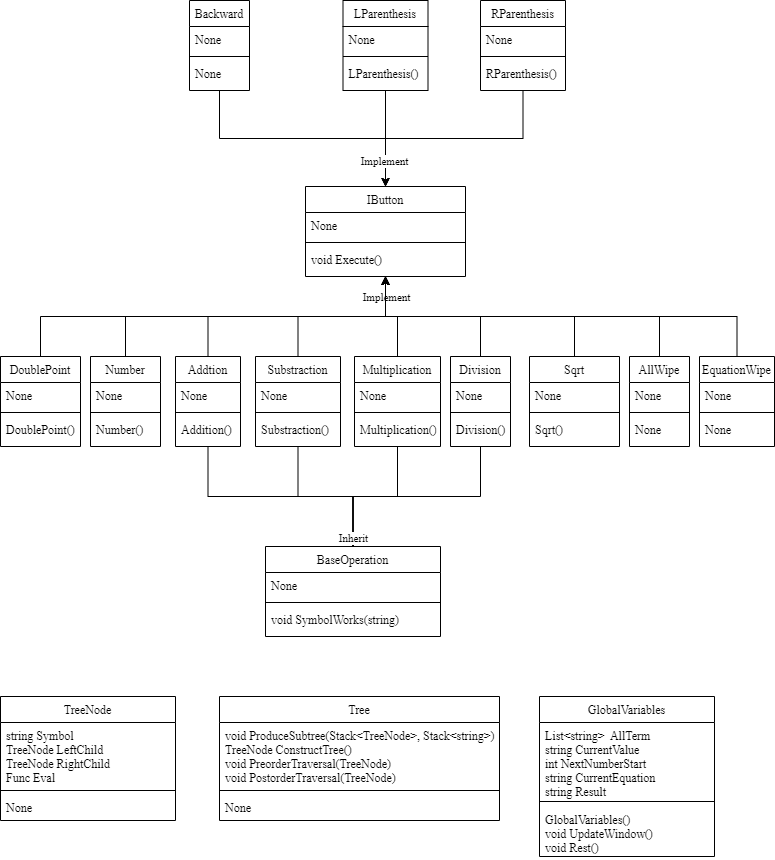
Above: image/ClassDiagram.png in CurlyTeddy/Calculator (draw.io), before the change. Source tidied: cells renumbered, new cells last; positions are measured from the earlier drawing's top-left corner, leaving out a move shared by most shapes.
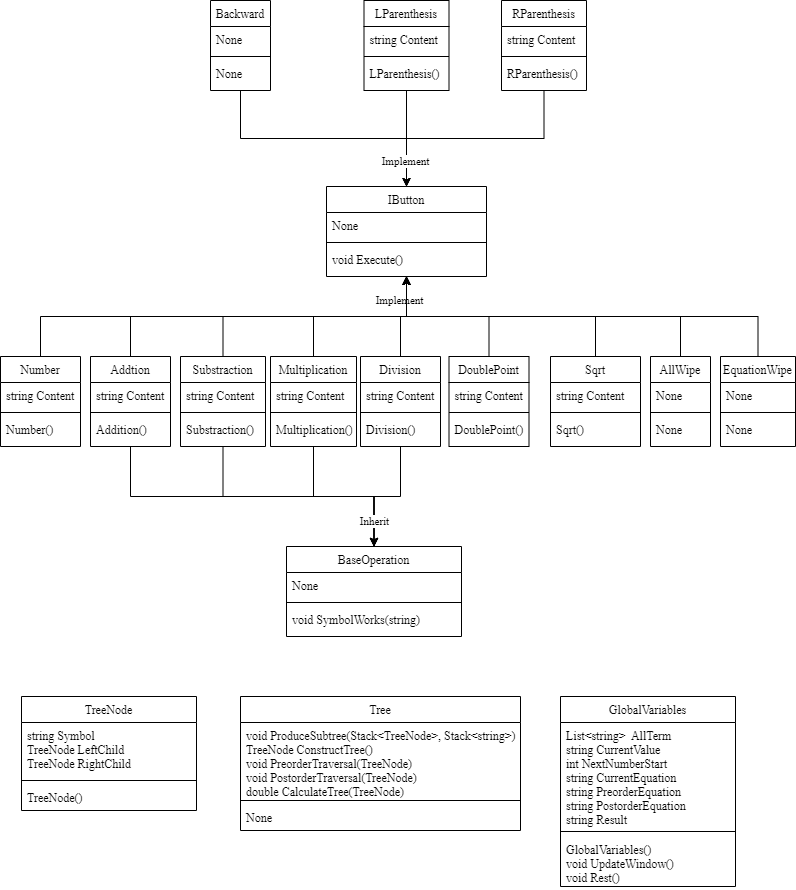
The same file after the commit.

Diff of the diagram source:
```diff
@@ -18,16 +18,16 @@
       <mxGeometry relative="1" as="geometry" />
     </mxCell>
     <mxCell id="7" value="Number" style="swimlane;fontStyle=0;align=center;verticalAlign=top;horizontal=1;startSize=26;rounded=0;shadow=0;strokeWidth=1;fontFamily=Times New Roman;" parent="1" vertex="1">
-      <mxGeometry x="90" y="356" width="70" height="90" as="geometry" />
+      <mxGeometry x="-21" y="356" width="80" height="90" as="geometry" />
     </mxCell>
-    <mxCell id="8" value="None" style="text;align=left;verticalAlign=top;spacingLeft=4;spacingRight=4;overflow=hidden;fontFamily=Times New Roman;" parent="7" vertex="1">
-      <mxGeometry y="26" width="70" height="26" as="geometry" />
+    <mxCell id="8" value="string Content" style="text;align=left;verticalAlign=top;spacingLeft=4;spacingRight=4;overflow=hidden;fontFamily=Times New Roman;" parent="7" vertex="1">
+      <mxGeometry y="26" width="80" height="26" as="geometry" />
     </mxCell>
     <mxCell id="9" style="line;html=1;strokeWidth=1;align=left;verticalAlign=middle;spacingTop=-1;spacingLeft=3;spacingRight=3;labelPosition=right;" parent="7" vertex="1">
-      <mxGeometry y="52" width="70" height="8" as="geometry" />
+      <mxGeometry y="52" width="80" height="8" as="geometry" />
     </mxCell>
     <mxCell id="10" value="Number()" style="text;align=left;verticalAlign=top;spacingLeft=4;spacingRight=4;overflow=hidden;fontFamily=Times New Roman;" parent="7" vertex="1">
-      <mxGeometry y="60" width="70" height="26" as="geometry" />
+      <mxGeometry y="60" width="80" height="26" as="geometry" />
     </mxCell>
     <mxCell id="11" style="edgeStyle=orthogonalEdgeStyle;rounded=0;jettySize=auto;html=1;exitX=0.5;exitY=0;exitDx=0;exitDy=0;entryX=0.5;entryY=1;entryDx=0;entryDy=0;fontFamily=Times New Roman;" parent="1" edge="1" source="13" target="2">
       <mxGeometry relative="1" as="geometry" />
@@ -36,16 +36,16 @@
       <mxGeometry relative="1" as="geometry" />
     </mxCell>
     <mxCell id="13" value="Addtion" style="swimlane;fontStyle=0;align=center;verticalAlign=top;horizontal=1;startSize=26;rounded=0;shadow=0;strokeWidth=1;fontFamily=Times New Roman;" parent="1" vertex="1">
-      <mxGeometry x="175" y="356" width="65" height="90" as="geometry" />
+      <mxGeometry x="69" y="356" width="80" height="90" as="geometry" />
     </mxCell>
-    <mxCell id="14" value="None" style="text;align=left;verticalAlign=top;spacingLeft=4;spacingRight=4;overflow=hidden;fontFamily=Times New Roman;" parent="13" vertex="1">
-      <mxGeometry y="26" width="65" height="26" as="geometry" />
+    <mxCell id="14" value="string Content" style="text;align=left;verticalAlign=top;spacingLeft=4;spacingRight=4;overflow=hidden;fontFamily=Times New Roman;" parent="13" vertex="1">
+      <mxGeometry y="26" width="80" height="26" as="geometry" />
     </mxCell>
     <mxCell id="15" style="line;html=1;strokeWidth=1;align=left;verticalAlign=middle;spacingTop=-1;spacingLeft=3;spacingRight=3;labelPosition=right;" parent="13" vertex="1">
-      <mxGeometry y="52" width="65" height="8" as="geometry" />
+      <mxGeometry y="52" width="80" height="8" as="geometry" />
     </mxCell>
     <mxCell id="16" value="Addition()" style="text;align=left;verticalAlign=top;spacingLeft=4;spacingRight=4;overflow=hidden;fontFamily=Times New Roman;" parent="13" vertex="1">
-      <mxGeometry y="60" width="65" height="26" as="geometry" />
+      <mxGeometry y="60" width="80" height="26" as="geometry" />
     </mxCell>
     <mxCell id="17" style="edgeStyle=orthogonalEdgeStyle;rounded=0;jettySize=auto;html=1;exitX=0.5;exitY=0;exitDx=0;exitDy=0;fontFamily=Times New Roman;entryX=0.5;entryY=1;entryDx=0;entryDy=0;" parent="1" edge="1" source="19" target="2">
       <mxGeometry relative="1" as="geometry" />
@@ -54,9 +54,9 @@
       <mxGeometry relative="1" as="geometry" />
     </mxCell>
     <mxCell id="19" value="Substraction" style="swimlane;fontStyle=0;align=center;verticalAlign=top;horizontal=1;startSize=26;rounded=0;shadow=0;strokeWidth=1;fontFamily=Times New Roman;" parent="1" vertex="1">
-      <mxGeometry x="255" y="356" width="85" height="90" as="geometry" />
+      <mxGeometry x="159" y="356" width="85" height="90" as="geometry" />
     </mxCell>
-    <mxCell id="20" value="None" style="text;align=left;verticalAlign=top;spacingLeft=4;spacingRight=4;overflow=hidden;fontFamily=Times New Roman;" parent="19" vertex="1">
+    <mxCell id="20" value="string Content" style="text;align=left;verticalAlign=top;spacingLeft=4;spacingRight=4;overflow=hidden;fontFamily=Times New Roman;" parent="19" vertex="1">
       <mxGeometry y="26" width="85" height="26" as="geometry" />
     </mxCell>
     <mxCell id="21" style="line;html=1;strokeWidth=1;align=left;verticalAlign=middle;spacingTop=-1;spacingLeft=3;spacingRight=3;labelPosition=right;" parent="19" vertex="1">
@@ -72,9 +72,9 @@
       <mxGeometry relative="1" as="geometry" />
     </mxCell>
     <mxCell id="25" value="Multiplication" style="swimlane;fontStyle=0;align=center;verticalAlign=top;horizontal=1;startSize=26;rounded=0;shadow=0;strokeWidth=1;fontFamily=Times New Roman;" parent="1" vertex="1">
-      <mxGeometry x="354" y="356" width="86" height="90" as="geometry" />
+      <mxGeometry x="249" y="356" width="86" height="90" as="geometry" />
     </mxCell>
-    <mxCell id="26" value="None" style="text;align=left;verticalAlign=top;spacingLeft=4;spacingRight=4;overflow=hidden;fontFamily=Times New Roman;" parent="25" vertex="1">
+    <mxCell id="26" value="string Content" style="text;align=left;verticalAlign=top;spacingLeft=4;spacingRight=4;overflow=hidden;fontFamily=Times New Roman;" parent="25" vertex="1">
       <mxGeometry y="26" width="86" height="26" as="geometry" />
     </mxCell>
     <mxCell id="27" style="line;html=1;strokeWidth=1;align=left;verticalAlign=middle;spacingTop=-1;spacingLeft=3;spacingRight=3;labelPosition=right;" parent="25" vertex="1">
@@ -88,7 +88,7 @@
     </mxCell>
     <mxCell id="30" value="Implement" style="edgeLabel;html=1;align=center;verticalAlign=middle;fontFamily=Times New Roman;" parent="29" vertex="1">
       <mxGeometry x="-0.77" y="2" relative="1" as="geometry">
-        <mxPoint x="-93" y="-40" as="offset" />
+        <mxPoint y="-47" as="offset" />
       </mxGeometry>
     </mxCell>
     <mxCell id="31" style="edgeStyle=orthogonalEdgeStyle;rounded=0;jettySize=auto;html=1;exitX=0.5;exitY=1;exitDx=0;exitDy=0;fontFamily=Times New Roman;" parent="1" edge="1" source="33" target="47">
@@ -96,28 +96,16 @@
     </mxCell>
     <mxCell id="32" value="Inherit" style="edgeLabel;html=1;align=center;verticalAlign=middle;fontFamily=Times New Roman;" parent="31" vertex="1">
       <mxGeometry x="0.87" y="1" relative="1" as="geometry">
-        <mxPoint x="-1" y="7" as="offset" />
+        <mxPoint x="-1" y="-17" as="offset" />
       </mxGeometry>
     </mxCell>
-    <mxCell id="33" value="Division" style="swimlane;fontStyle=0;align=center;verticalAlign=top;horizontal=1;startSize=26;rounded=0;shadow=0;strokeWidth=1;fontFamily=Times New Roman;" parent="1" vertex="1">
-      <mxGeometry x="450" y="356" width="60" height="90" as="geometry" />
-    </mxCell>
-    <mxCell id="34" value="None" style="text;align=left;verticalAlign=top;spacingLeft=4;spacingRight=4;overflow=hidden;fontFamily=Times New Roman;" parent="33" vertex="1">
-      <mxGeometry y="26" width="60" height="26" as="geometry" />
-    </mxCell>
-    <mxCell id="35" style="line;html=1;strokeWidth=1;align=left;verticalAlign=middle;spacingTop=-1;spacingLeft=3;spacingRight=3;labelPosition=right;" parent="33" vertex="1">
-      <mxGeometry y="52" width="60" height="8" as="geometry" />
-    </mxCell>
-    <mxCell id="36" value="Division()" style="text;align=left;verticalAlign=top;spacingLeft=4;spacingRight=4;overflow=hidden;fontFamily=Times New Roman;" parent="33" vertex="1">
-      <mxGeometry y="60" width="60" height="26" as="geometry" />
-    </mxCell>
     <mxCell id="37" style="edgeStyle=orthogonalEdgeStyle;rounded=0;jettySize=auto;html=1;exitX=0.5;exitY=0;exitDx=0;exitDy=0;entryX=0.5;entryY=1;entryDx=0;entryDy=0;fontFamily=Times New Roman;" parent="1" edge="1" source="38" target="2">
       <mxGeometry relative="1" as="geometry" />
     </mxCell>
     <mxCell id="38" value="Sqrt" style="swimlane;fontStyle=0;align=center;verticalAlign=top;horizontal=1;startSize=26;rounded=0;shadow=0;strokeWidth=1;fontFamily=Times New Roman;" parent="1" vertex="1">
       <mxGeometry x="529" y="356" width="90" height="90" as="geometry" />
     </mxCell>
-    <mxCell id="39" value="None" style="text;align=left;verticalAlign=top;spacingLeft=4;spacingRight=4;overflow=hidden;fontFamily=Times New Roman;" parent="38" vertex="1">
+    <mxCell id="39" value="string Content" style="text;align=left;verticalAlign=top;spacingLeft=4;spacingRight=4;overflow=hidden;fontFamily=Times New Roman;" parent="38" vertex="1">
       <mxGeometry y="26" width="90" height="26" as="geometry" />
     </mxCell>
     <mxCell id="40" style="line;html=1;strokeWidth=1;align=left;verticalAlign=middle;spacingTop=-1;spacingLeft=3;spacingRight=3;labelPosition=right;" parent="38" vertex="1">
@@ -126,13 +114,16 @@
     <mxCell id="41" value="Sqrt()" style="text;align=left;verticalAlign=top;spacingLeft=4;spacingRight=4;overflow=hidden;fontFamily=Times New Roman;" parent="38" vertex="1">
       <mxGeometry y="60" width="90" height="26" as="geometry" />
     </mxCell>
-    <mxCell id="42" style="edgeStyle=orthogonalEdgeStyle;rounded=0;jettySize=auto;html=1;exitX=0.5;exitY=0;exitDx=0;exitDy=0;entryX=0.5;entryY=1;entryDx=0;entryDy=0;fontFamily=Times New Roman;" parent="1" edge="1" source="43" target="2">
+    <mxCell id="42" style="edgeStyle=orthogonalEdgeStyle;rounded=0;jettySize=auto;html=1;exitX=0.5;exitY=0;exitDx=0;exitDy=0;entryX=0.5;entryY=1;entryDx=0;entryDy=0;fontFamily=Times New Roman;startArrow=none;" parent="1" edge="1" source="33" target="2">
       <mxGeometry relative="1" as="geometry" />
     </mxCell>
+    <mxCell id="89" style="edgeStyle=orthogonalEdgeStyle;rounded=0;jettySize=auto;html=1;exitX=0.5;exitY=0;exitDx=0;exitDy=0;entryX=0.5;entryY=1;entryDx=0;entryDy=0;" parent="1" edge="1" source="43" target="2">
+      <mxGeometry relative="1" as="geometry" />
+    </mxCell>
     <mxCell id="43" value="DoublePoint" style="swimlane;fontStyle=0;align=center;verticalAlign=top;horizontal=1;startSize=26;rounded=0;shadow=0;strokeWidth=1;fontFamily=Times New Roman;" parent="1" vertex="1">
-      <mxGeometry y="356" width="80" height="90" as="geometry" />
+      <mxGeometry x="427.5" y="356" width="80" height="90" as="geometry" />
     </mxCell>
-    <mxCell id="44" value="None" style="text;align=left;verticalAlign=top;spacingLeft=4;spacingRight=4;overflow=hidden;fontFamily=Times New Roman;" parent="43" vertex="1">
+    <mxCell id="44" value="string Content" style="text;align=left;verticalAlign=top;spacingLeft=4;spacingRight=4;overflow=hidden;fontFamily=Times New Roman;" parent="43" vertex="1">
       <mxGeometry y="26" width="80" height="26" as="geometry" />
     </mxCell>
     <mxCell id="45" style="line;html=1;strokeWidth=1;align=left;verticalAlign=middle;spacingTop=-1;spacingLeft=3;spacingRight=3;labelPosition=right;" parent="43" vertex="1">
@@ -154,28 +145,28 @@
       <mxGeometry y="60" width="175" height="26" as="geometry" />
     </mxCell>
     <mxCell id="51" value="TreeNode" style="swimlane;fontStyle=0;align=center;verticalAlign=top;horizontal=1;startSize=26;rounded=0;shadow=0;strokeWidth=1;fontFamily=Times New Roman;" parent="1" vertex="1">
-      <mxGeometry y="696" width="175" height="124" as="geometry" />
+      <mxGeometry y="696" width="175" height="114" as="geometry" />
     </mxCell>
-    <mxCell id="52" value="string Symbol&#10;TreeNode LeftChild&#10;TreeNode RightChild&#10;Func Eval" style="text;align=left;verticalAlign=top;spacingLeft=4;spacingRight=4;overflow=hidden;fontFamily=Times New Roman;" parent="51" vertex="1">
-      <mxGeometry y="26" width="175" height="64" as="geometry" />
+    <mxCell id="52" value="string Symbol&#10;TreeNode LeftChild&#10;TreeNode RightChild" style="text;align=left;verticalAlign=top;spacingLeft=4;spacingRight=4;overflow=hidden;fontFamily=Times New Roman;" parent="51" vertex="1">
+      <mxGeometry y="26" width="175" height="54" as="geometry" />
     </mxCell>
     <mxCell id="53" style="line;html=1;strokeWidth=1;align=left;verticalAlign=middle;spacingTop=-1;spacingLeft=3;spacingRight=3;labelPosition=right;" parent="51" vertex="1">
-      <mxGeometry y="90" width="175" height="8" as="geometry" />
+      <mxGeometry y="80" width="175" height="8" as="geometry" />
     </mxCell>
-    <mxCell id="54" value="None" style="text;align=left;verticalAlign=top;spacingLeft=4;spacingRight=4;overflow=hidden;fontFamily=Times New Roman;" parent="51" vertex="1">
-      <mxGeometry y="98" width="175" height="26" as="geometry" />
+    <mxCell id="54" value="TreeNode()" style="text;align=left;verticalAlign=top;spacingLeft=4;spacingRight=4;overflow=hidden;fontFamily=Times New Roman;" parent="51" vertex="1">
+      <mxGeometry y="88" width="175" height="26" as="geometry" />
     </mxCell>
     <mxCell id="55" value="GlobalVariables" style="swimlane;fontStyle=0;align=center;verticalAlign=top;horizontal=1;startSize=26;rounded=0;shadow=0;strokeWidth=1;fontFamily=Times New Roman;" parent="1" vertex="1">
-      <mxGeometry x="539" y="696" width="175" height="160" as="geometry" />
+      <mxGeometry x="539" y="696" width="175" height="190" as="geometry" />
     </mxCell>
-    <mxCell id="56" value="List&lt;string&gt;  AllTerm&#10;string CurrentValue&#10;int NextNumberStart&#10;string CurrentEquation&#10;string Result" style="text;align=left;verticalAlign=top;spacingLeft=4;spacingRight=4;overflow=hidden;fontFamily=Times New Roman;" parent="55" vertex="1">
-      <mxGeometry y="26" width="175" height="74" as="geometry" />
+    <mxCell id="56" value="List&lt;string&gt;  AllTerm&#10;string CurrentValue&#10;int NextNumberStart&#10;string CurrentEquation&#10;string PreorderEquation&#10;string PostorderEquation&#10;string Result" style="text;align=left;verticalAlign=top;spacingLeft=4;spacingRight=4;overflow=hidden;fontFamily=Times New Roman;" parent="55" vertex="1">
+      <mxGeometry y="26" width="175" height="104" as="geometry" />
     </mxCell>
     <mxCell id="57" style="line;html=1;strokeWidth=1;align=left;verticalAlign=middle;spacingTop=-1;spacingLeft=3;spacingRight=3;labelPosition=right;" parent="55" vertex="1">
-      <mxGeometry y="100" width="175" height="10" as="geometry" />
+      <mxGeometry y="130" width="175" height="10" as="geometry" />
     </mxCell>
     <mxCell id="58" value="GlobalVariables()&#10;void UpdateWindow()&#10;void Rest()" style="text;align=left;verticalAlign=top;spacingLeft=4;spacingRight=4;overflow=hidden;fontFamily=Times New Roman;" parent="55" vertex="1">
-      <mxGeometry y="110" width="175" height="50" as="geometry" />
+      <mxGeometry y="140" width="175" height="50" as="geometry" />
     </mxCell>
     <mxCell id="59" style="edgeStyle=orthogonalEdgeStyle;rounded=0;jettySize=auto;html=1;exitX=0.5;exitY=0;exitDx=0;exitDy=0;entryX=0.5;entryY=1;entryDx=0;entryDy=0;fontFamily=Times New Roman;" parent="1" edge="1" source="60" target="2">
       <mxGeometry relative="1" as="geometry" />
@@ -228,7 +219,7 @@
     <mxCell id="75" value="LParenthesis" style="swimlane;fontStyle=0;align=center;verticalAlign=top;horizontal=1;startSize=26;rounded=0;shadow=0;strokeWidth=1;fontFamily=Times New Roman;" parent="1" vertex="1">
       <mxGeometry x="342.5" width="85" height="90" as="geometry" />
     </mxCell>
-    <mxCell id="76" value="None" style="text;align=left;verticalAlign=top;spacingLeft=4;spacingRight=4;overflow=hidden;fontFamily=Times New Roman;" parent="75" vertex="1">
+    <mxCell id="76" value="string Content" style="text;align=left;verticalAlign=top;spacingLeft=4;spacingRight=4;overflow=hidden;fontFamily=Times New Roman;" parent="75" vertex="1">
       <mxGeometry y="26" width="85" height="26" as="geometry" />
     </mxCell>
     <mxCell id="77" style="line;html=1;strokeWidth=1;align=left;verticalAlign=middle;spacingTop=-1;spacingLeft=3;spacingRight=3;labelPosition=right;" parent="75" vertex="1">
@@ -248,7 +239,7 @@
     <mxCell id="81" value="RParenthesis" style="swimlane;fontStyle=0;align=center;verticalAlign=top;horizontal=1;startSize=26;rounded=0;shadow=0;strokeWidth=1;fontFamily=Times New Roman;" parent="1" vertex="1">
       <mxGeometry x="480" width="85" height="90" as="geometry" />
     </mxCell>
-    <mxCell id="82" value="None" style="text;align=left;verticalAlign=top;spacingLeft=4;spacingRight=4;overflow=hidden;fontFamily=Times New Roman;" parent="81" vertex="1">
+    <mxCell id="82" value="string Content" style="text;align=left;verticalAlign=top;spacingLeft=4;spacingRight=4;overflow=hidden;fontFamily=Times New Roman;" parent="81" vertex="1">
       <mxGeometry y="26" width="85" height="26" as="geometry" />
     </mxCell>
     <mxCell id="83" style="line;html=1;strokeWidth=1;align=left;verticalAlign=middle;spacingTop=-1;spacingLeft=3;spacingRight=3;labelPosition=right;" parent="81" vertex="1">
@@ -258,16 +249,28 @@
       <mxGeometry y="60" width="85" height="26" as="geometry" />
     </mxCell>
     <mxCell id="85" value="Tree" style="swimlane;fontStyle=0;align=center;verticalAlign=top;horizontal=1;startSize=26;rounded=0;shadow=0;strokeWidth=1;fontFamily=Times New Roman;" parent="1" vertex="1">
-      <mxGeometry x="219" y="696" width="280" height="124" as="geometry" />
+      <mxGeometry x="219" y="696" width="280" height="134" as="geometry" />
     </mxCell>
-    <mxCell id="86" value="void ProduceSubtree(Stack&lt;TreeNode&gt;, Stack&lt;string&gt;)&#10;TreeNode ConstructTree()&#10;void PreorderTraversal(TreeNode)&#10;void PostorderTraversal(TreeNode)" style="text;align=left;verticalAlign=top;spacingLeft=4;spacingRight=4;overflow=hidden;fontFamily=Times New Roman;" parent="85" vertex="1">
-      <mxGeometry y="26" width="280" height="64" as="geometry" />
+    <mxCell id="86" value="void ProduceSubtree(Stack&lt;TreeNode&gt;, Stack&lt;string&gt;)&#10;TreeNode ConstructTree()&#10;void PreorderTraversal(TreeNode)&#10;void PostorderTraversal(TreeNode)&#10;double CalculateTree(TreeNode)" style="text;align=left;verticalAlign=top;spacingLeft=4;spacingRight=4;overflow=hidden;fontFamily=Times New Roman;" parent="85" vertex="1">
+      <mxGeometry y="26" width="280" height="74" as="geometry" />
     </mxCell>
     <mxCell id="87" style="line;html=1;strokeWidth=1;align=left;verticalAlign=middle;spacingTop=-1;spacingLeft=3;spacingRight=3;labelPosition=right;" parent="85" vertex="1">
-      <mxGeometry y="90" width="280" height="8" as="geometry" />
+      <mxGeometry y="100" width="280" height="8" as="geometry" />
     </mxCell>
     <mxCell id="88" value="None" style="text;align=left;verticalAlign=top;spacingLeft=4;spacingRight=4;overflow=hidden;fontFamily=Times New Roman;" parent="85" vertex="1">
-      <mxGeometry y="98" width="280" height="26" as="geometry" />
+      <mxGeometry y="108" width="280" height="26" as="geometry" />
     </mxCell>
+    <mxCell id="33" value="Division" style="swimlane;fontStyle=0;align=center;verticalAlign=top;horizontal=1;startSize=26;rounded=0;shadow=0;strokeWidth=1;fontFamily=Times New Roman;" parent="1" vertex="1">
+      <mxGeometry x="339" y="356" width="80" height="90" as="geometry" />
+    </mxCell>
+    <mxCell id="34" value="string Content" style="text;align=left;verticalAlign=top;spacingLeft=4;spacingRight=4;overflow=hidden;fontFamily=Times New Roman;" parent="33" vertex="1">
+      <mxGeometry y="26" width="80" height="26" as="geometry" />
+    </mxCell>
+    <mxCell id="35" style="line;html=1;strokeWidth=1;align=left;verticalAlign=middle;spacingTop=-1;spacingLeft=3;spacingRight=3;labelPosition=right;" parent="33" vertex="1">
+      <mxGeometry y="52" width="80" height="8" as="geometry" />
+    </mxCell>
+    <mxCell id="36" value="Division()" style="text;align=left;verticalAlign=top;spacingLeft=4;spacingRight=4;overflow=hidden;fontFamily=Times New Roman;" parent="33" vertex="1">
+      <mxGeometry y="60" width="80" height="26" as="geometry" />
+    </mxCell>
   </root>
 </mxGraphModel>
```
